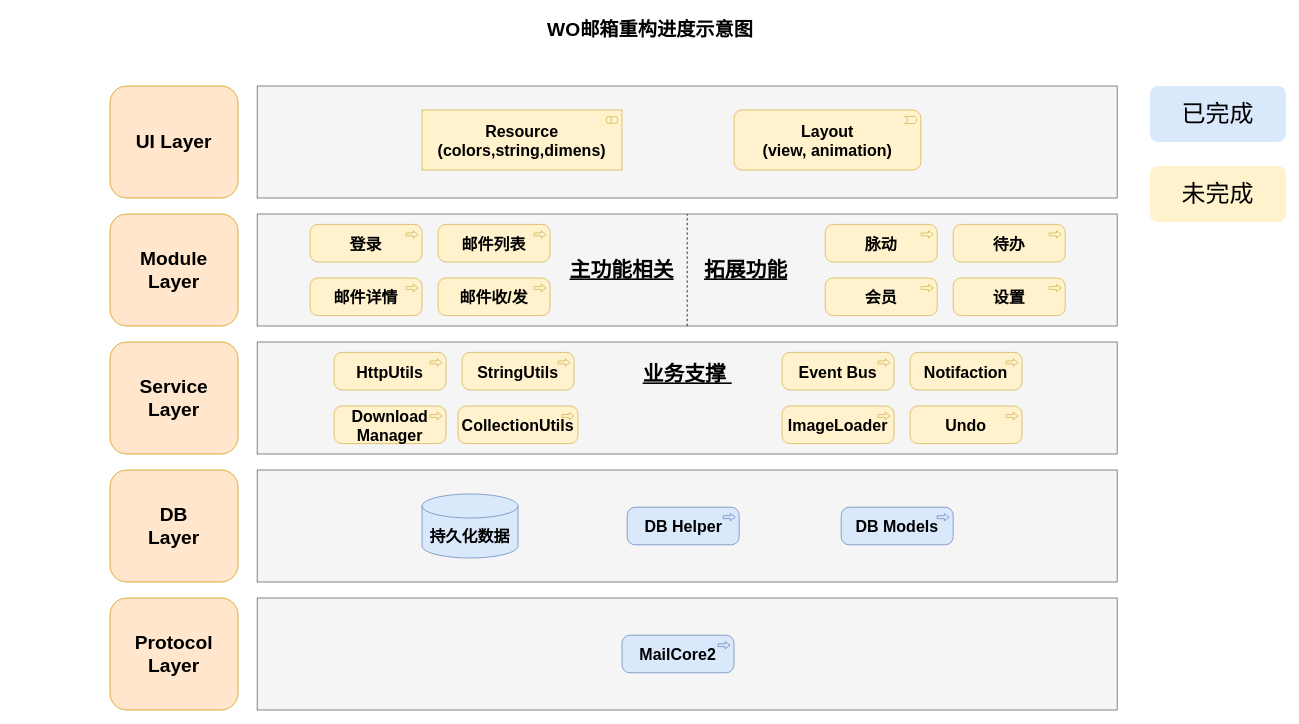
The draw.io diagram eng_.drawio in keepfocusontechnology/stock_machine_learning, before the edit. Source tidied: cells renumbered, new cells numbered last; positions are measured from the earlier drawing's top-left corner, leaving out a move shared by most shapes. Both pictures are drawn from the tidied source at 80%, with x=0, y=0 at pixel (14, 14).
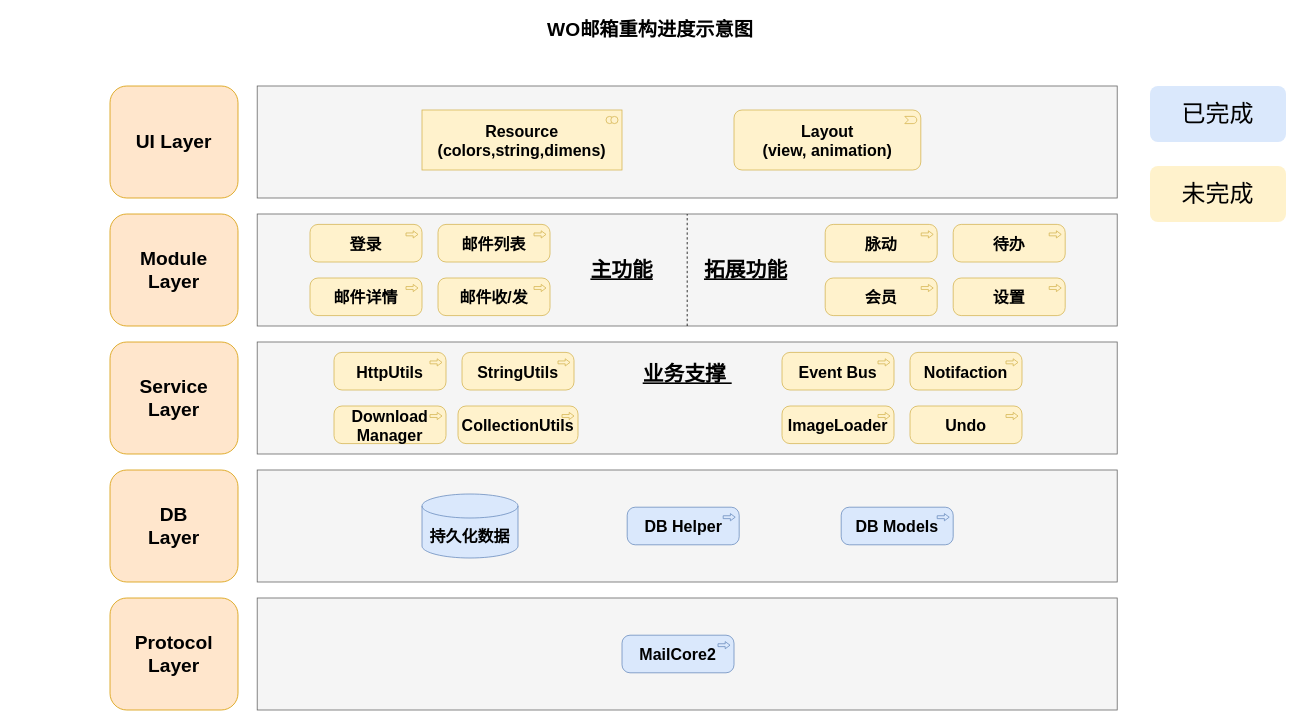
The same diagram, later.

The edit, as a diff of the source:
```diff
@@
-    <mxCell id="19" value="&lt;u&gt;主功能相关&lt;/u&gt;" style="text;html=1;strokeColor=none;fillColor=none;align=center;verticalAlign=middle;whiteSpace=wrap;rounded=0;fontSize=26;fontStyle=1;" parent="1" vertex="1">
+    <mxCell id="19" value="&lt;u&gt;主功能&lt;/u&gt;" style="text;html=1;strokeColor=none;fillColor=none;align=center;verticalAlign=middle;whiteSpace=wrap;rounded=0;fontSize=26;fontStyle=1;" parent="1" vertex="1">
       <mxGeometry x="680" y="310" width="160" height="20" as="geometry" />
     </mxCell>
```
